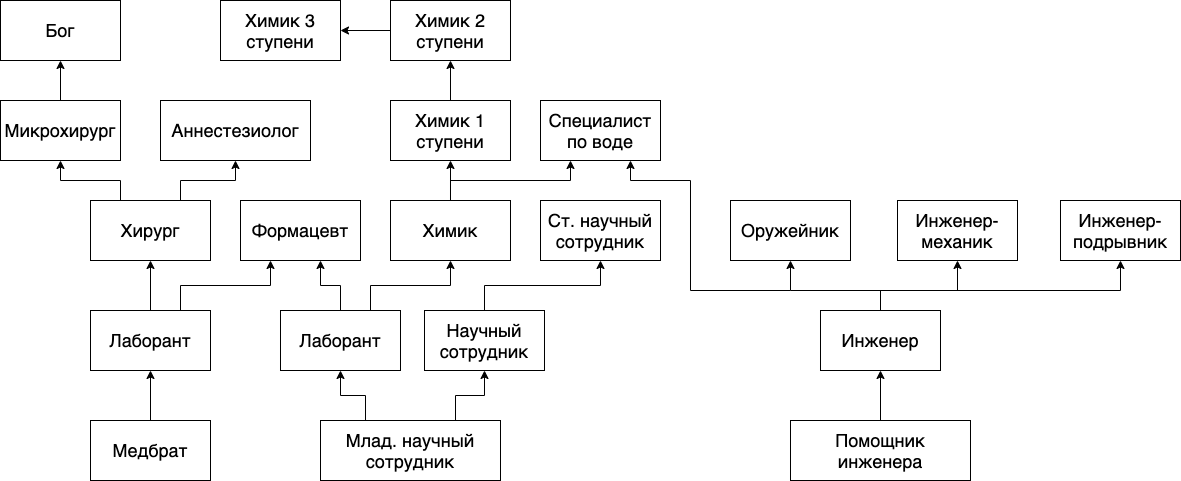
The draw.io diagram Metro/Metro_spec.png in bagrusss/Strike-game-congurations, before a commit. Source tidied: cells renumbered, new cells last; positions are measured from the earlier drawing's top-left corner, leaving out a move shared by most shapes.
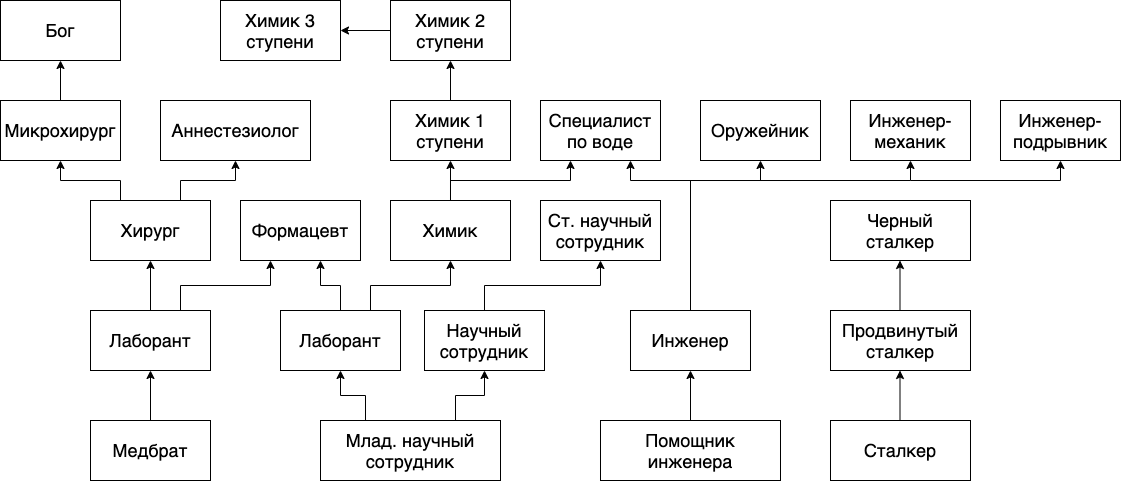
The same diagram one commit later.

Diff of the diagram source:
```diff
@@ -9,7 +9,7 @@
       <mxGeometry x="320" y="420" width="180" height="60" as="geometry" />
     </mxCell>
     <mxCell id="4" value="&lt;font style=&quot;font-size: 18px&quot;&gt;Помощник инженера&lt;/font&gt;" style="rounded=0;whiteSpace=wrap;html=1;" parent="1" vertex="1">
-      <mxGeometry x="790" y="420" width="180" height="60" as="geometry" />
+      <mxGeometry x="600" y="420" width="180" height="60" as="geometry" />
     </mxCell>
     <mxCell id="5" value="&lt;font style=&quot;font-size: 18px&quot;&gt;Научный сотрудник&lt;/font&gt;" style="rounded=0;whiteSpace=wrap;html=1;" parent="1" vertex="1">
       <mxGeometry x="424" y="310" width="120" height="60" as="geometry" />
@@ -24,7 +24,7 @@
       <mxGeometry relative="1" as="geometry" />
     </mxCell>
     <mxCell id="9" value="&lt;font style=&quot;font-size: 18px&quot;&gt;Инженер&lt;/font&gt;" style="rounded=0;whiteSpace=wrap;html=1;" parent="1" vertex="1">
-      <mxGeometry x="820" y="310" width="120" height="60" as="geometry" />
+      <mxGeometry x="630" y="310" width="120" height="60" as="geometry" />
     </mxCell>
     <mxCell id="10" style="endArrow=classic;html=1;exitX=0.5;exitY=0;exitDx=0;exitDy=0;entryX=0.5;entryY=1;entryDx=0;entryDy=0;" parent="1" edge="1" source="4" target="9">
       <mxGeometry relative="1" as="geometry" />
@@ -70,41 +70,44 @@
       <mxGeometry relative="1" as="geometry" />
     </mxCell>
     <mxCell id="22" value="&lt;font style=&quot;font-size: 18px&quot;&gt;Инженер-подрывник&lt;/font&gt;" style="rounded=0;whiteSpace=wrap;html=1;" parent="1" vertex="1">
-      <mxGeometry x="1060" y="200" width="120" height="60" as="geometry" />
+      <mxGeometry x="1000" y="100" width="120" height="60" as="geometry" />
     </mxCell>
     <mxCell id="23" value="&lt;font style=&quot;font-size: 18px&quot;&gt;Инженер-механик&lt;/font&gt;" style="rounded=0;whiteSpace=wrap;html=1;" parent="1" vertex="1">
-      <mxGeometry x="897" y="200" width="120" height="60" as="geometry" />
+      <mxGeometry x="850" y="100" width="120" height="60" as="geometry" />
     </mxCell>
     <mxCell id="24" value="&lt;font style=&quot;font-size: 18px&quot;&gt;Специалист по воде&lt;/font&gt;" style="rounded=0;whiteSpace=wrap;html=1;" parent="1" vertex="1">
       <mxGeometry x="540" y="100" width="120" height="60" as="geometry" />
     </mxCell>
     <mxCell id="25" value="&lt;font style=&quot;font-size: 18px&quot;&gt;Оружейник&lt;/font&gt;" style="rounded=0;whiteSpace=wrap;html=1;" parent="1" vertex="1">
-      <mxGeometry x="730" y="200" width="120" height="60" as="geometry" />
+      <mxGeometry x="700" y="100" width="120" height="60" as="geometry" />
     </mxCell>
     <mxCell id="26" style="endArrow=classic;html=1;entryX=0.5;entryY=1;entryDx=0;entryDy=0;edgeStyle=orthogonalEdgeStyle;rounded=0;" parent="1" edge="1" target="25">
       <mxGeometry relative="1" as="geometry">
-        <mxPoint x="900" y="290" as="sourcePoint" />
+        <mxPoint x="760" y="180" as="sourcePoint" />
       </mxGeometry>
     </mxCell>
     <mxCell id="27" style="endArrow=classic;html=1;exitX=0.5;exitY=0;exitDx=0;exitDy=0;entryX=0.5;entryY=1;entryDx=0;entryDy=0;edgeStyle=orthogonalEdgeStyle;rounded=0;" parent="1" edge="1" source="9" target="23">
       <mxGeometry relative="1" as="geometry">
         <Array as="points">
-          <mxPoint x="880" y="290" />
-          <mxPoint x="957" y="290" />
+          <mxPoint x="690" y="180" />
+          <mxPoint x="910" y="180" />
         </Array>
       </mxGeometry>
     </mxCell>
     <mxCell id="28" style="endArrow=classic;html=1;entryX=0.5;entryY=1;entryDx=0;entryDy=0;edgeStyle=orthogonalEdgeStyle;rounded=0;" parent="1" edge="1" target="22">
       <mxGeometry relative="1" as="geometry">
-        <mxPoint x="950" y="290" as="sourcePoint" />
+        <mxPoint x="910" y="180" as="sourcePoint" />
+        <Array as="points">
+          <mxPoint x="910" y="180" />
+          <mxPoint x="1060" y="180" />
+        </Array>
       </mxGeometry>
     </mxCell>
     <mxCell id="29" style="endArrow=classic;html=1;entryX=0.75;entryY=1;entryDx=0;entryDy=0;edgeStyle=orthogonalEdgeStyle;rounded=0;" parent="1" edge="1" target="24">
       <mxGeometry relative="1" as="geometry">
-        <mxPoint x="790" y="290" as="sourcePoint" />
+        <mxPoint x="690" y="180" as="sourcePoint" />
         <Array as="points">
-          <mxPoint x="690" y="290" />
-          <mxPoint x="690" y="180" />
+          <mxPoint x="790" y="180" />
           <mxPoint x="630" y="180" />
         </Array>
       </mxGeometry>
@@ -150,5 +153,26 @@
     <mxCell id="42" style="endArrow=classic;html=1;exitX=0.5;exitY=0;exitDx=0;exitDy=0;entryX=0.5;entryY=1;entryDx=0;entryDy=0;" parent="1" edge="1" source="31" target="41">
       <mxGeometry relative="1" as="geometry" />
     </mxCell>
+    <mxCell id="43" value="&lt;span style=&quot;font-size: 18px&quot;&gt;Сталкер&lt;/span&gt;" style="rounded=0;whiteSpace=wrap;html=1;" parent="1" vertex="1">
+      <mxGeometry x="830" y="420" width="140" height="60" as="geometry" />
+    </mxCell>
+    <mxCell id="44" value="&lt;span style=&quot;font-size: 18px&quot;&gt;Продвинутый сталкер&lt;/span&gt;" style="rounded=0;whiteSpace=wrap;html=1;" parent="1" vertex="1">
+      <mxGeometry x="830" y="310" width="140" height="60" as="geometry" />
+    </mxCell>
+    <mxCell id="45" style="endArrow=classic;html=1;exitX=0.5;exitY=0;exitDx=0;exitDy=0;entryX=0.5;entryY=1;entryDx=0;entryDy=0;" parent="1" edge="1">
+      <mxGeometry relative="1" as="geometry">
+        <mxPoint x="899.5" y="420" as="sourcePoint" />
+        <mxPoint x="899.5" y="370" as="targetPoint" />
+      </mxGeometry>
+    </mxCell>
+    <mxCell id="46" value="&lt;span style=&quot;font-size: 18px&quot;&gt;Черный сталкер&lt;/span&gt;" style="rounded=0;whiteSpace=wrap;html=1;" parent="1" vertex="1">
+      <mxGeometry x="830" y="200" width="140" height="60" as="geometry" />
+    </mxCell>
+    <mxCell id="47" style="endArrow=classic;html=1;exitX=0.5;exitY=0;exitDx=0;exitDy=0;entryX=0.5;entryY=1;entryDx=0;entryDy=0;" parent="1" edge="1">
+      <mxGeometry relative="1" as="geometry">
+        <mxPoint x="899.5" y="310" as="sourcePoint" />
+        <mxPoint x="899.5" y="260" as="targetPoint" />
+      </mxGeometry>
+    </mxCell>
   </root>
 </mxGraphModel>
```
